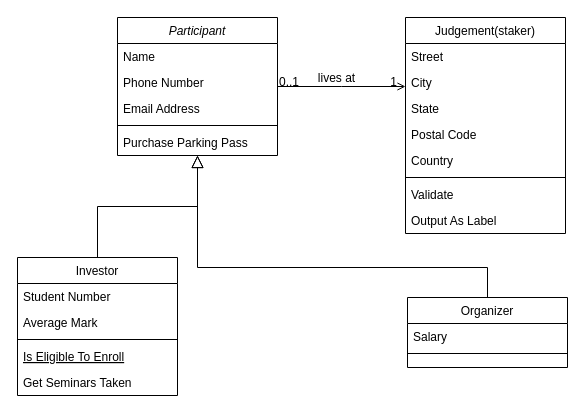
0xyoruichi/Campaign keeps this draw.io diagram as Untitled Diagram.drawio. Above is the earlier version. Source tidied: cells renumbered, new cells numbered last; positions are measured from the earlier drawing's top-left corner, leaving out a move shared by most shapes. Both pictures are drawn from the tidied source at 100%, with x=0, y=0 at pixel (17, 17).
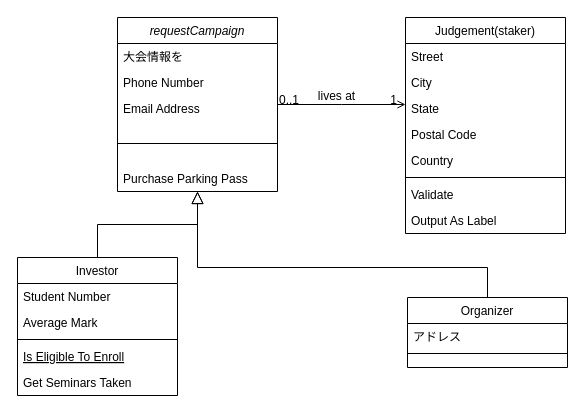
After the change.

Unchanged cells that the change refers to:
```xml
<mxCell id="15" value="Organizer" style="swimlane;fontStyle=0;align=center;verticalAlign=top;horizontal=1;startSize=26;rounded=0;shadow=0;strokeWidth=1;" parent="1" vertex="1">
  <mxGeometry x="390" y="280" width="160" height="70" as="geometry" />
</mxCell>
```

Diff of the diagram source:
```diff
@@
-    <mxCell id="2" value="Participant" style="swimlane;fontStyle=2;align=center;verticalAlign=top;horizontal=1;startSize=26;rounded=0;shadow=0;strokeWidth=1;" parent="1" vertex="1">
-      <mxGeometry x="100" width="160" height="138" as="geometry" />
+    <mxCell id="2" value="requestCampaign" style="swimlane;fontStyle=2;align=center;verticalAlign=top;horizontal=1;startSize=26;rounded=0;shadow=0;strokeWidth=1;" parent="1" vertex="1">
+      <mxGeometry x="100" width="160" height="174" as="geometry" />
     </mxCell>
-    <mxCell id="3" value="Name" style="text;align=left;verticalAlign=top;spacingLeft=4;spacingRight=4;overflow=hidden;" parent="2" vertex="1">
+    <mxCell id="3" value="大会情報を" style="text;align=left;verticalAlign=top;spacingLeft=4;spacingRight=4;overflow=hidden;" parent="2" vertex="1">
       <mxGeometry y="26" width="160" height="26" as="geometry" />
     </mxCell>
@@
     <mxCell id="6" style="line;html=1;strokeWidth=1;align=left;verticalAlign=middle;spacingTop=-1;spacingLeft=3;spacingRight=3;labelPosition=right;" parent="2" vertex="1">
-      <mxGeometry y="104" width="160" height="8" as="geometry" />
+      <mxGeometry y="104" width="160" height="44" as="geometry" />
     </mxCell>
     <mxCell id="7" value="Purchase Parking Pass" style="text;align=left;verticalAlign=top;spacingLeft=4;spacingRight=4;overflow=hidden;" parent="2" vertex="1">
-      <mxGeometry y="112" width="160" height="26" as="geometry" />
+      <mxGeometry y="148" width="160" height="26" as="geometry" />
     </mxCell>
@@
-    <mxCell id="16" value="Salary" style="text;align=left;verticalAlign=top;spacingLeft=4;spacingRight=4;overflow=hidden;" parent="15" vertex="1">
+    <mxCell id="16" value="アドレス" style="text;align=left;verticalAlign=top;spacingLeft=4;spacingRight=4;overflow=hidden;" parent="15" vertex="1">
       <mxGeometry y="26" width="160" height="26" as="geometry" />
     </mxCell>
```
